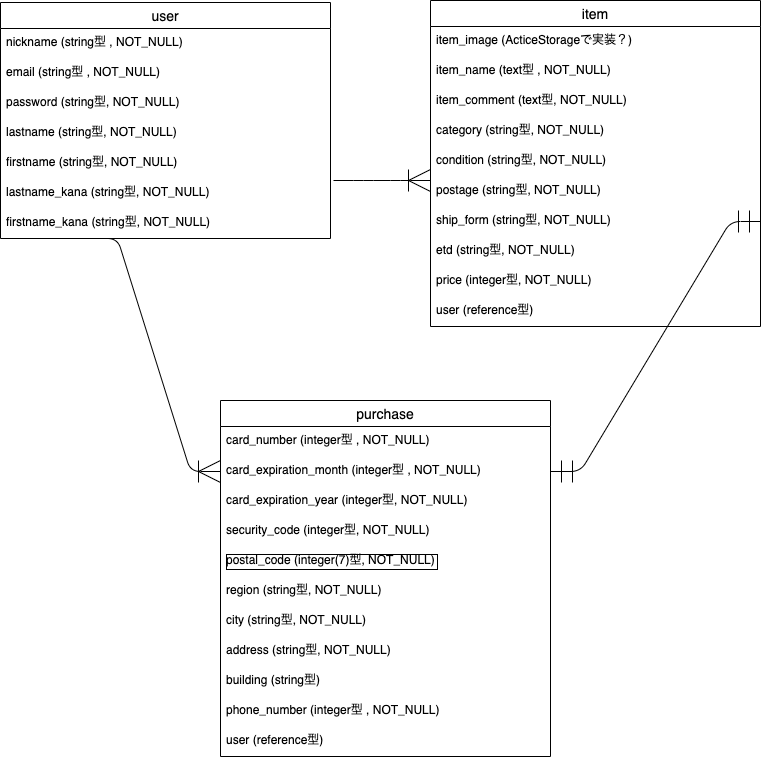
Earlier version of the draw.io export furima-34845【ER図】.png (tn-0214/furima-34845). Source tidied: cells renumbered, new cells last; positions are measured from the earlier drawing's top-left corner, leaving out a move shared by most shapes. Source of this version:
```xml
<mxGraphModel>
  <root>
    <mxCell id="0" />
    <mxCell id="1" parent="0" />
    <mxCell id="2" value="user" style="swimlane;fontStyle=0;horizontal=1;startSize=26;align=center;fontSize=14;" parent="1" vertex="1">
      <mxGeometry y="2" width="330" height="236" as="geometry" />
    </mxCell>
    <mxCell id="3" value="nickname (string型 , NOT_NULL)" style="text;strokeColor=none;fillColor=none;spacingLeft=4;spacingRight=4;overflow=hidden;fontSize=12;" parent="2" vertex="1">
      <mxGeometry y="26" width="330" height="30" as="geometry" />
    </mxCell>
    <mxCell id="4" value="email (string型 , NOT_NULL)" style="text;strokeColor=none;fillColor=none;spacingLeft=4;spacingRight=4;overflow=hidden;fontSize=12;" parent="2" vertex="1">
      <mxGeometry y="56" width="330" height="30" as="geometry" />
    </mxCell>
    <mxCell id="5" value="password (string型, NOT_NULL)" style="text;strokeColor=none;fillColor=none;spacingLeft=4;spacingRight=4;overflow=hidden;fontSize=12;" parent="2" vertex="1">
      <mxGeometry y="86" width="330" height="30" as="geometry" />
    </mxCell>
    <mxCell id="6" value="lastname (string型, NOT_NULL)" style="text;strokeColor=none;fillColor=none;spacingLeft=4;spacingRight=4;overflow=hidden;fontSize=12;" parent="2" vertex="1">
      <mxGeometry y="116" width="330" height="30" as="geometry" />
    </mxCell>
    <mxCell id="7" value="firstname (string型, NOT_NULL)" style="text;strokeColor=none;fillColor=none;spacingLeft=4;spacingRight=4;overflow=hidden;fontSize=12;" parent="2" vertex="1">
      <mxGeometry y="146" width="330" height="30" as="geometry" />
    </mxCell>
    <mxCell id="8" value="lastname_kana (string型, NOT_NULL)" style="text;strokeColor=none;fillColor=none;spacingLeft=4;spacingRight=4;overflow=hidden;fontSize=12;" parent="2" vertex="1">
      <mxGeometry y="176" width="330" height="30" as="geometry" />
    </mxCell>
    <mxCell id="9" value="firstname_kana (string型, NOT_NULL)" style="text;strokeColor=none;fillColor=none;spacingLeft=4;spacingRight=4;overflow=hidden;points=[[0,0.5],[1,0.5]];portConstraint=eastwest;fontSize=12;" parent="2" vertex="1">
      <mxGeometry y="206" width="330" height="30" as="geometry" />
    </mxCell>
    <mxCell id="10" value="item" style="swimlane;fontStyle=0;horizontal=1;startSize=26;align=center;fontSize=14;" parent="1" vertex="1">
      <mxGeometry x="430" width="330" height="326" as="geometry" />
    </mxCell>
    <mxCell id="11" value="item_image (ActiceStorageで実装？)" style="text;strokeColor=none;fillColor=none;spacingLeft=4;spacingRight=4;overflow=hidden;fontSize=12;" parent="10" vertex="1">
      <mxGeometry y="26" width="330" height="30" as="geometry" />
    </mxCell>
    <mxCell id="12" value="item_name (text型 , NOT_NULL)" style="text;strokeColor=none;fillColor=none;spacingLeft=4;spacingRight=4;overflow=hidden;fontSize=12;" parent="10" vertex="1">
      <mxGeometry y="56" width="330" height="30" as="geometry" />
    </mxCell>
    <mxCell id="13" value="item_comment (text型, NOT_NULL)" style="text;strokeColor=none;fillColor=none;spacingLeft=4;spacingRight=4;overflow=hidden;fontSize=12;" parent="10" vertex="1">
      <mxGeometry y="86" width="330" height="30" as="geometry" />
    </mxCell>
    <mxCell id="14" value="category (string型, NOT_NULL)" style="text;strokeColor=none;fillColor=none;spacingLeft=4;spacingRight=4;overflow=hidden;fontSize=12;" parent="10" vertex="1">
      <mxGeometry y="116" width="330" height="30" as="geometry" />
    </mxCell>
    <mxCell id="15" value="condition (string型, NOT_NULL)" style="text;strokeColor=none;fillColor=none;spacingLeft=4;spacingRight=4;overflow=hidden;fontSize=12;" parent="10" vertex="1">
      <mxGeometry y="146" width="330" height="30" as="geometry" />
    </mxCell>
    <mxCell id="16" value="postage (string型, NOT_NULL)" style="text;strokeColor=none;fillColor=none;spacingLeft=4;spacingRight=4;overflow=hidden;fontSize=12;" parent="10" vertex="1">
      <mxGeometry y="176" width="330" height="30" as="geometry" />
    </mxCell>
    <mxCell id="17" value="ship_form (string型, NOT_NULL)" style="text;strokeColor=none;fillColor=none;spacingLeft=4;spacingRight=4;overflow=hidden;points=[[0,0.5],[1,0.5]];portConstraint=eastwest;fontSize=12;" parent="10" vertex="1">
      <mxGeometry y="206" width="330" height="30" as="geometry" />
    </mxCell>
    <mxCell id="18" value="etd (string型, NOT_NULL)" style="text;strokeColor=none;fillColor=none;spacingLeft=4;spacingRight=4;overflow=hidden;fontSize=12;" parent="10" vertex="1">
      <mxGeometry y="236" width="330" height="30" as="geometry" />
    </mxCell>
    <mxCell id="19" value="price (integer型, NOT_NULL)" style="text;strokeColor=none;fillColor=none;spacingLeft=4;spacingRight=4;overflow=hidden;fontSize=12;" parent="10" vertex="1">
      <mxGeometry y="266" width="330" height="30" as="geometry" />
    </mxCell>
    <mxCell id="20" value="user (reference型)" style="text;strokeColor=none;fillColor=none;spacingLeft=4;spacingRight=4;overflow=hidden;points=[[0,0.5],[1,0.5]];portConstraint=eastwest;fontSize=12;" parent="10" vertex="1">
      <mxGeometry y="296" width="330" height="30" as="geometry" />
    </mxCell>
    <mxCell id="21" value="purchase" style="swimlane;fontStyle=0;horizontal=1;startSize=26;align=center;fontSize=14;" parent="1" vertex="1">
      <mxGeometry x="220" y="400" width="330" height="356" as="geometry" />
    </mxCell>
    <mxCell id="22" value="card_number (integer型 , NOT_NULL)" style="text;strokeColor=none;fillColor=none;spacingLeft=4;spacingRight=4;overflow=hidden;fontSize=12;" parent="21" vertex="1">
      <mxGeometry y="26" width="330" height="30" as="geometry" />
    </mxCell>
    <mxCell id="23" value="card_expiration_month (integer型 , NOT_NULL)" style="text;strokeColor=none;fillColor=none;spacingLeft=4;spacingRight=4;overflow=hidden;points=[[0,0.5],[1,0.5]];portConstraint=eastwest;fontSize=12;" parent="21" vertex="1">
      <mxGeometry y="56" width="330" height="30" as="geometry" />
    </mxCell>
    <mxCell id="24" value="card_expiration_year (integer型, NOT_NULL)" style="text;strokeColor=none;fillColor=none;spacingLeft=4;spacingRight=4;overflow=hidden;fontSize=12;html=1;" parent="21" vertex="1">
      <mxGeometry y="86" width="330" height="30" as="geometry" />
    </mxCell>
    <mxCell id="25" value="security_code (integer型, NOT_NULL)" style="text;strokeColor=none;fillColor=none;spacingLeft=4;spacingRight=4;overflow=hidden;fontSize=12;" parent="21" vertex="1">
      <mxGeometry y="116" width="330" height="30" as="geometry" />
    </mxCell>
    <mxCell id="26" value="postal_code (integer(7)型, NOT_NULL)" style="text;strokeColor=none;fillColor=none;spacingLeft=4;spacingRight=4;overflow=hidden;fontSize=12;labelBorderColor=#000000;" parent="21" vertex="1">
      <mxGeometry y="146" width="330" height="30" as="geometry" />
    </mxCell>
    <mxCell id="27" value="region (string型, NOT_NULL)" style="text;strokeColor=none;fillColor=none;spacingLeft=4;spacingRight=4;overflow=hidden;fontSize=12;" parent="21" vertex="1">
      <mxGeometry y="176" width="330" height="30" as="geometry" />
    </mxCell>
    <mxCell id="28" value="city (string型, NOT_NULL)" style="text;strokeColor=none;fillColor=none;spacingLeft=4;spacingRight=4;overflow=hidden;fontSize=12;" parent="21" vertex="1">
      <mxGeometry y="206" width="330" height="30" as="geometry" />
    </mxCell>
    <mxCell id="29" value="address (string型, NOT_NULL)" style="text;strokeColor=none;fillColor=none;spacingLeft=4;spacingRight=4;overflow=hidden;fontSize=12;" parent="21" vertex="1">
      <mxGeometry y="236" width="330" height="30" as="geometry" />
    </mxCell>
    <mxCell id="30" value="building (string型)" style="text;strokeColor=none;fillColor=none;spacingLeft=4;spacingRight=4;overflow=hidden;fontSize=12;" parent="21" vertex="1">
      <mxGeometry y="266" width="330" height="30" as="geometry" />
    </mxCell>
    <mxCell id="31" value="phone_number (integer型 , NOT_NULL)" style="text;strokeColor=none;fillColor=none;spacingLeft=4;spacingRight=4;overflow=hidden;fontSize=12;" parent="21" vertex="1">
      <mxGeometry y="296" width="330" height="30" as="geometry" />
    </mxCell>
    <mxCell id="32" value="user (reference型)" style="text;strokeColor=none;fillColor=none;spacingLeft=4;spacingRight=4;overflow=hidden;fontSize=12;" parent="21" vertex="1">
      <mxGeometry y="326" width="330" height="30" as="geometry" />
    </mxCell>
    <mxCell id="33" style="edgeStyle=entityRelationEdgeStyle;fontSize=12;html=1;endArrow=ERoneToMany;strokeWidth=1;endSize=20;startSize=20;" parent="1" edge="1">
      <mxGeometry relative="1" as="geometry">
        <mxPoint x="333" y="180" as="sourcePoint" />
        <mxPoint x="430" y="180" as="targetPoint" />
      </mxGeometry>
    </mxCell>
    <mxCell id="34" style="edgeStyle=entityRelationEdgeStyle;fontSize=12;html=1;endArrow=ERoneToMany;strokeWidth=1;entryX=0;entryY=0.5;entryDx=0;entryDy=0;endSize=20;" parent="1" edge="1" target="23">
      <mxGeometry relative="1" as="geometry">
        <mxPoint x="87" y="238" as="sourcePoint" />
      </mxGeometry>
    </mxCell>
    <mxCell id="35" style="edgeStyle=entityRelationEdgeStyle;fontSize=12;html=1;endArrow=ERmandOne;startArrow=ERmandOne;strokeWidth=1;endSize=20;startSize=20;exitX=1;exitY=0.5;exitDx=0;exitDy=0;entryX=1;entryY=0.5;entryDx=0;entryDy=0;" parent="1" edge="1" source="23" target="17">
      <mxGeometry relative="1" as="geometry" />
    </mxCell>
  </root>
</mxGraphModel>
```
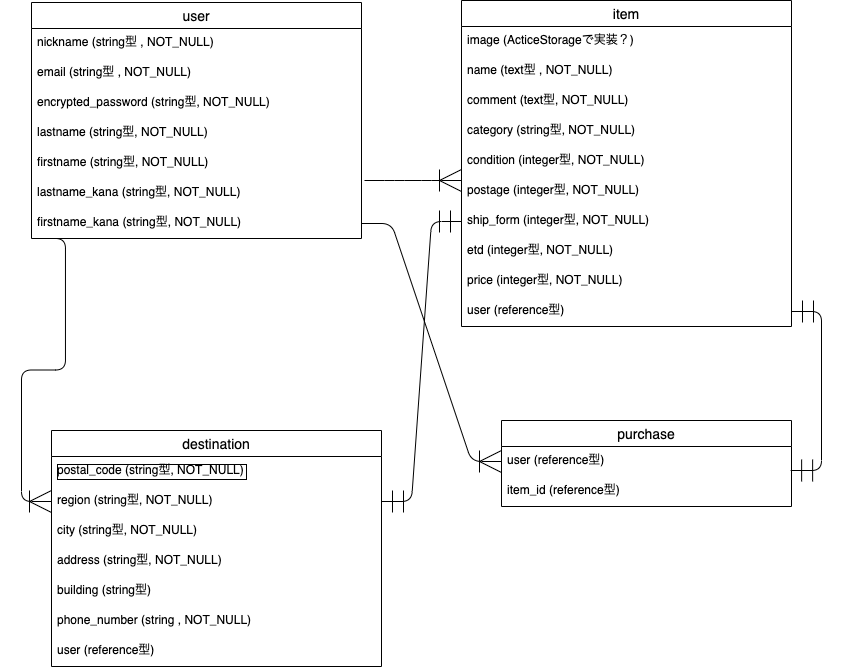
After the commit.

What changed in the source:
```diff
@@ -11,7 +11,7 @@
     <mxCell id="4" value="email (string型 , NOT_NULL)" style="text;strokeColor=none;fillColor=none;spacingLeft=4;spacingRight=4;overflow=hidden;fontSize=12;" parent="2" vertex="1">
       <mxGeometry y="56" width="330" height="30" as="geometry" />
     </mxCell>
-    <mxCell id="5" value="password (string型, NOT_NULL)" style="text;strokeColor=none;fillColor=none;spacingLeft=4;spacingRight=4;overflow=hidden;fontSize=12;" parent="2" vertex="1">
+    <mxCell id="5" value="encrypted_password (string型, NOT_NULL)" style="text;strokeColor=none;fillColor=none;spacingLeft=4;spacingRight=4;overflow=hidden;fontSize=12;" parent="2" vertex="1">
       <mxGeometry y="86" width="330" height="30" as="geometry" />
     </mxCell>
     <mxCell id="6" value="lastname (string型, NOT_NULL)" style="text;strokeColor=none;fillColor=none;spacingLeft=4;spacingRight=4;overflow=hidden;fontSize=12;" parent="2" vertex="1">
@@ -29,28 +29,28 @@
     <mxCell id="10" value="item" style="swimlane;fontStyle=0;horizontal=1;startSize=26;align=center;fontSize=14;" parent="1" vertex="1">
       <mxGeometry x="430" width="330" height="326" as="geometry" />
     </mxCell>
-    <mxCell id="11" value="item_image (ActiceStorageで実装？)" style="text;strokeColor=none;fillColor=none;spacingLeft=4;spacingRight=4;overflow=hidden;fontSize=12;" parent="10" vertex="1">
+    <mxCell id="11" value="image (ActiceStorageで実装？)" style="text;strokeColor=none;fillColor=none;spacingLeft=4;spacingRight=4;overflow=hidden;fontSize=12;" parent="10" vertex="1">
       <mxGeometry y="26" width="330" height="30" as="geometry" />
     </mxCell>
-    <mxCell id="12" value="item_name (text型 , NOT_NULL)" style="text;strokeColor=none;fillColor=none;spacingLeft=4;spacingRight=4;overflow=hidden;fontSize=12;" parent="10" vertex="1">
+    <mxCell id="12" value="name (text型 , NOT_NULL)" style="text;strokeColor=none;fillColor=none;spacingLeft=4;spacingRight=4;overflow=hidden;fontSize=12;" parent="10" vertex="1">
       <mxGeometry y="56" width="330" height="30" as="geometry" />
     </mxCell>
-    <mxCell id="13" value="item_comment (text型, NOT_NULL)" style="text;strokeColor=none;fillColor=none;spacingLeft=4;spacingRight=4;overflow=hidden;fontSize=12;" parent="10" vertex="1">
+    <mxCell id="13" value="comment (text型, NOT_NULL)" style="text;strokeColor=none;fillColor=none;spacingLeft=4;spacingRight=4;overflow=hidden;fontSize=12;" parent="10" vertex="1">
       <mxGeometry y="86" width="330" height="30" as="geometry" />
     </mxCell>
     <mxCell id="14" value="category (string型, NOT_NULL)" style="text;strokeColor=none;fillColor=none;spacingLeft=4;spacingRight=4;overflow=hidden;fontSize=12;" parent="10" vertex="1">
       <mxGeometry y="116" width="330" height="30" as="geometry" />
     </mxCell>
-    <mxCell id="15" value="condition (string型, NOT_NULL)" style="text;strokeColor=none;fillColor=none;spacingLeft=4;spacingRight=4;overflow=hidden;fontSize=12;" parent="10" vertex="1">
+    <mxCell id="15" value="condition (integer型, NOT_NULL)" style="text;strokeColor=none;fillColor=none;spacingLeft=4;spacingRight=4;overflow=hidden;fontSize=12;" parent="10" vertex="1">
       <mxGeometry y="146" width="330" height="30" as="geometry" />
     </mxCell>
-    <mxCell id="16" value="postage (string型, NOT_NULL)" style="text;strokeColor=none;fillColor=none;spacingLeft=4;spacingRight=4;overflow=hidden;fontSize=12;" parent="10" vertex="1">
+    <mxCell id="16" value="postage (integer型, NOT_NULL)" style="text;strokeColor=none;fillColor=none;spacingLeft=4;spacingRight=4;overflow=hidden;fontSize=12;" parent="10" vertex="1">
       <mxGeometry y="176" width="330" height="30" as="geometry" />
     </mxCell>
-    <mxCell id="17" value="ship_form (string型, NOT_NULL)" style="text;strokeColor=none;fillColor=none;spacingLeft=4;spacingRight=4;overflow=hidden;points=[[0,0.5],[1,0.5]];portConstraint=eastwest;fontSize=12;" parent="10" vertex="1">
+    <mxCell id="17" value="ship_form (integer型, NOT_NULL)" style="text;strokeColor=none;fillColor=none;spacingLeft=4;spacingRight=4;overflow=hidden;points=[[0,0.5],[1,0.5]];portConstraint=eastwest;fontSize=12;" parent="10" vertex="1">
       <mxGeometry y="206" width="330" height="30" as="geometry" />
     </mxCell>
-    <mxCell id="18" value="etd (string型, NOT_NULL)" style="text;strokeColor=none;fillColor=none;spacingLeft=4;spacingRight=4;overflow=hidden;fontSize=12;" parent="10" vertex="1">
+    <mxCell id="18" value="etd (integer型, NOT_NULL)" style="text;strokeColor=none;fillColor=none;spacingLeft=4;spacingRight=4;overflow=hidden;fontSize=12;" parent="10" vertex="1">
       <mxGeometry y="236" width="330" height="30" as="geometry" />
     </mxCell>
     <mxCell id="19" value="price (integer型, NOT_NULL)" style="text;strokeColor=none;fillColor=none;spacingLeft=4;spacingRight=4;overflow=hidden;fontSize=12;" parent="10" vertex="1">
@@ -59,41 +59,29 @@
     <mxCell id="20" value="user (reference型)" style="text;strokeColor=none;fillColor=none;spacingLeft=4;spacingRight=4;overflow=hidden;points=[[0,0.5],[1,0.5]];portConstraint=eastwest;fontSize=12;" parent="10" vertex="1">
       <mxGeometry y="296" width="330" height="30" as="geometry" />
     </mxCell>
-    <mxCell id="21" value="purchase" style="swimlane;fontStyle=0;horizontal=1;startSize=26;align=center;fontSize=14;" parent="1" vertex="1">
-      <mxGeometry x="220" y="400" width="330" height="356" as="geometry" />
+    <mxCell id="21" value="destination" style="swimlane;fontStyle=0;horizontal=1;startSize=26;align=center;fontSize=14;" parent="1" vertex="1">
+      <mxGeometry x="20" y="430" width="330" height="236" as="geometry" />
     </mxCell>
-    <mxCell id="22" value="card_number (integer型 , NOT_NULL)" style="text;strokeColor=none;fillColor=none;spacingLeft=4;spacingRight=4;overflow=hidden;fontSize=12;" parent="21" vertex="1">
-      <mxGeometry y="26" width="330" height="30" as="geometry" />
-    </mxCell>
-    <mxCell id="23" value="card_expiration_month (integer型 , NOT_NULL)" style="text;strokeColor=none;fillColor=none;spacingLeft=4;spacingRight=4;overflow=hidden;points=[[0,0.5],[1,0.5]];portConstraint=eastwest;fontSize=12;" parent="21" vertex="1">
-      <mxGeometry y="56" width="330" height="30" as="geometry" />
-    </mxCell>
-    <mxCell id="24" value="card_expiration_year (integer型, NOT_NULL)" style="text;strokeColor=none;fillColor=none;spacingLeft=4;spacingRight=4;overflow=hidden;fontSize=12;html=1;" parent="21" vertex="1">
-      <mxGeometry y="86" width="330" height="30" as="geometry" />
-    </mxCell>
-    <mxCell id="25" value="security_code (integer型, NOT_NULL)" style="text;strokeColor=none;fillColor=none;spacingLeft=4;spacingRight=4;overflow=hidden;fontSize=12;" parent="21" vertex="1">
-      <mxGeometry y="116" width="330" height="30" as="geometry" />
-    </mxCell>
-    <mxCell id="26" value="postal_code (integer(7)型, NOT_NULL)" style="text;strokeColor=none;fillColor=none;spacingLeft=4;spacingRight=4;overflow=hidden;fontSize=12;labelBorderColor=#000000;" parent="21" vertex="1">
-      <mxGeometry y="146" width="330" height="30" as="geometry" />
+    <mxCell id="26" value="postal_code (string型, NOT_NULL)" style="text;strokeColor=none;fillColor=none;spacingLeft=4;spacingRight=4;overflow=hidden;fontSize=12;labelBorderColor=#000000;" parent="21" vertex="1">
+      <mxGeometry y="26" width="330" height="30" as="geometry" />
     </mxCell>
     <mxCell id="27" value="region (string型, NOT_NULL)" style="text;strokeColor=none;fillColor=none;spacingLeft=4;spacingRight=4;overflow=hidden;fontSize=12;" parent="21" vertex="1">
-      <mxGeometry y="176" width="330" height="30" as="geometry" />
+      <mxGeometry y="56" width="330" height="30" as="geometry" />
     </mxCell>
     <mxCell id="28" value="city (string型, NOT_NULL)" style="text;strokeColor=none;fillColor=none;spacingLeft=4;spacingRight=4;overflow=hidden;fontSize=12;" parent="21" vertex="1">
-      <mxGeometry y="206" width="330" height="30" as="geometry" />
+      <mxGeometry y="86" width="330" height="30" as="geometry" />
     </mxCell>
     <mxCell id="29" value="address (string型, NOT_NULL)" style="text;strokeColor=none;fillColor=none;spacingLeft=4;spacingRight=4;overflow=hidden;fontSize=12;" parent="21" vertex="1">
-      <mxGeometry y="236" width="330" height="30" as="geometry" />
+      <mxGeometry y="116" width="330" height="30" as="geometry" />
     </mxCell>
     <mxCell id="30" value="building (string型)" style="text;strokeColor=none;fillColor=none;spacingLeft=4;spacingRight=4;overflow=hidden;fontSize=12;" parent="21" vertex="1">
-      <mxGeometry y="266" width="330" height="30" as="geometry" />
+      <mxGeometry y="146" width="330" height="30" as="geometry" />
     </mxCell>
-    <mxCell id="31" value="phone_number (integer型 , NOT_NULL)" style="text;strokeColor=none;fillColor=none;spacingLeft=4;spacingRight=4;overflow=hidden;fontSize=12;" parent="21" vertex="1">
-      <mxGeometry y="296" width="330" height="30" as="geometry" />
+    <mxCell id="31" value="phone_number (string , NOT_NULL)" style="text;strokeColor=none;fillColor=none;spacingLeft=4;spacingRight=4;overflow=hidden;fontSize=12;" parent="21" vertex="1">
+      <mxGeometry y="176" width="330" height="30" as="geometry" />
     </mxCell>
     <mxCell id="32" value="user (reference型)" style="text;strokeColor=none;fillColor=none;spacingLeft=4;spacingRight=4;overflow=hidden;fontSize=12;" parent="21" vertex="1">
-      <mxGeometry y="326" width="330" height="30" as="geometry" />
+      <mxGeometry y="206" width="330" height="30" as="geometry" />
     </mxCell>
     <mxCell id="33" style="edgeStyle=entityRelationEdgeStyle;fontSize=12;html=1;endArrow=ERoneToMany;strokeWidth=1;endSize=20;startSize=20;" parent="1" edge="1">
       <mxGeometry relative="1" as="geometry">
@@ -101,13 +89,30 @@
         <mxPoint x="430" y="180" as="targetPoint" />
       </mxGeometry>
     </mxCell>
-    <mxCell id="34" style="edgeStyle=entityRelationEdgeStyle;fontSize=12;html=1;endArrow=ERoneToMany;strokeWidth=1;entryX=0;entryY=0.5;entryDx=0;entryDy=0;endSize=20;" parent="1" edge="1" target="23">
+    <mxCell id="34" style="edgeStyle=entityRelationEdgeStyle;fontSize=12;html=1;endArrow=ERoneToMany;strokeWidth=1;entryX=0;entryY=0.5;entryDx=0;entryDy=0;endSize=20;exitX=0.012;exitY=1;exitDx=0;exitDy=0;exitPerimeter=0;" parent="1" edge="1" source="9">
       <mxGeometry relative="1" as="geometry">
-        <mxPoint x="87" y="238" as="sourcePoint" />
+        <mxPoint x="20" y="501" as="targetPoint" />
       </mxGeometry>
     </mxCell>
-    <mxCell id="35" style="edgeStyle=entityRelationEdgeStyle;fontSize=12;html=1;endArrow=ERmandOne;startArrow=ERmandOne;strokeWidth=1;endSize=20;startSize=20;exitX=1;exitY=0.5;exitDx=0;exitDy=0;entryX=1;entryY=0.5;entryDx=0;entryDy=0;" parent="1" edge="1" source="23" target="17">
-      <mxGeometry relative="1" as="geometry" />
+    <mxCell id="35" style="edgeStyle=entityRelationEdgeStyle;fontSize=12;html=1;endArrow=ERmandOne;startArrow=ERmandOne;strokeWidth=1;endSize=20;startSize=20;exitX=1;exitY=0.5;exitDx=0;exitDy=0;entryX=0;entryY=0.5;entryDx=0;entryDy=0;" parent="1" edge="1" target="17">
+      <mxGeometry relative="1" as="geometry">
+        <mxPoint x="350" y="501" as="sourcePoint" />
+      </mxGeometry>
     </mxCell>
+    <mxCell id="36" value="purchase" style="swimlane;fontStyle=0;horizontal=1;startSize=26;align=center;fontSize=14;" parent="1" vertex="1">
+      <mxGeometry x="470" y="420" width="290" height="86" as="geometry" />
+    </mxCell>
+    <mxCell id="37" value="user (reference型)" style="text;strokeColor=none;fillColor=none;spacingLeft=4;spacingRight=4;overflow=hidden;points=[[0,0.5],[1,0.5]];portConstraint=eastwest;fontSize=12;" parent="36" vertex="1">
+      <mxGeometry y="26" width="290" height="30" as="geometry" />
+    </mxCell>
+    <mxCell id="38" value="item_id (reference型)" style="text;strokeColor=none;fillColor=none;spacingLeft=4;spacingRight=4;overflow=hidden;fontSize=12;" parent="36" vertex="1">
+      <mxGeometry y="56" width="290" height="30" as="geometry" />
+    </mxCell>
+    <mxCell id="39" style="edgeStyle=entityRelationEdgeStyle;fontSize=12;html=1;endArrow=ERoneToMany;strokeWidth=1;endSize=20;startSize=20;entryX=0;entryY=0.5;entryDx=0;entryDy=0;" parent="1" edge="1" source="9" target="37">
+      <mxGeometry relative="1" as="geometry" />
+    </mxCell>
+    <mxCell id="40" style="edgeStyle=entityRelationEdgeStyle;fontSize=12;html=1;endArrow=ERmandOne;startArrow=ERmandOne;entryX=0.997;entryY=0.8;entryDx=0;entryDy=0;entryPerimeter=0;endSize=20;startSize=20;" parent="1" edge="1" source="20" target="37">
+      <mxGeometry relative="1" as="geometry" />
+    </mxCell>
   </root>
 </mxGraphModel>
```
